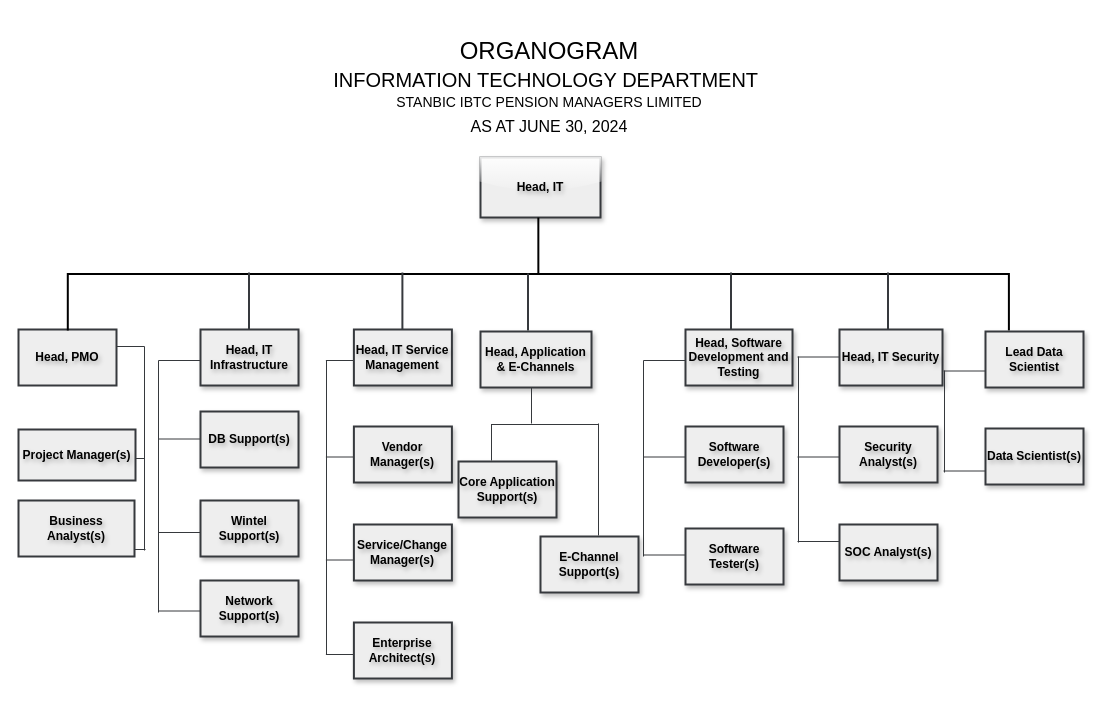
Before: page "Page-1" (1 of 2) of organogram.drawio in Great-B/standard-arch-diagrams, a draw.io diagram. Source tidied: cells renumbered, new cells numbered last; positions are measured from the earlier drawing's top-left corner, leaving out a move shared by most shapes. Both pictures are drawn from the tidied source at 100%, with x=0, y=0 at pixel (18, -197).
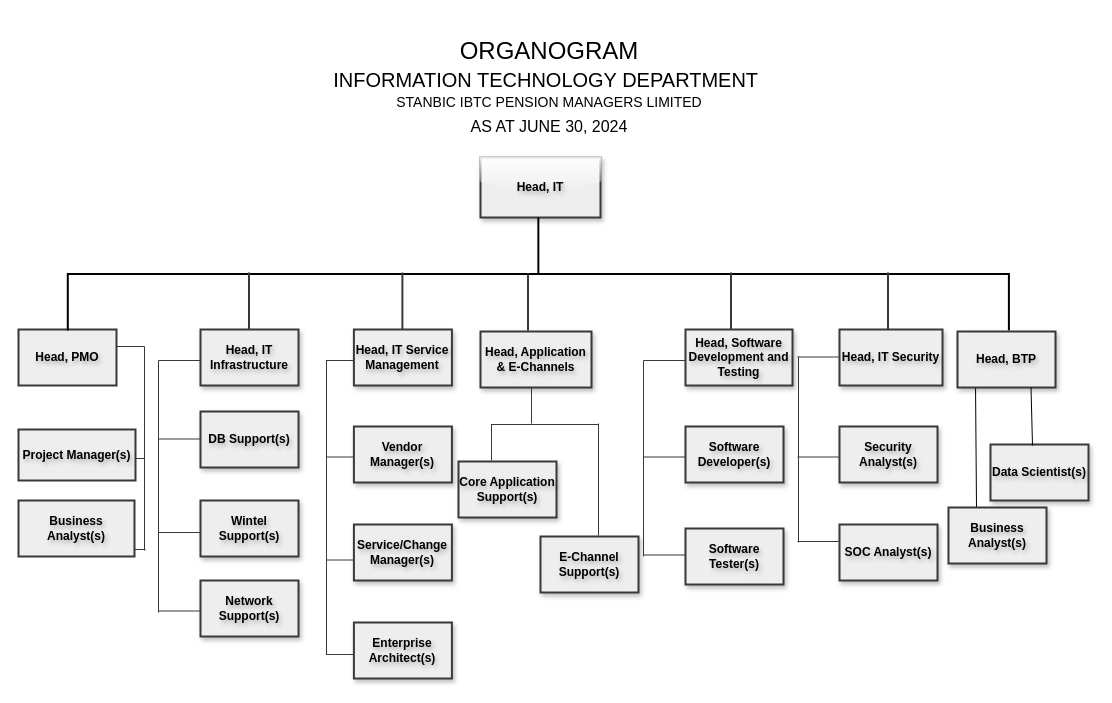
The same diagram, later.

What changed in the source:
```diff
@@
+    <mxCell id="61" style="endArrow=none;html=1;rounded=0;entryX=0.184;entryY=0.946;entryDx=0;entryDy=0;entryPerimeter=0;" parent="1" edge="1" target="48">
+      <mxGeometry relative="1" as="geometry">
+        <mxPoint x="958" y="704" as="sourcePoint" />
+      </mxGeometry>
+    </mxCell>
@@
+    <mxCell id="49" value="&lt;b&gt;Business Analyst(s)&lt;/b&gt;" style="rounded=0;whiteSpace=wrap;html=1;strokeWidth=2;perimeterSpacing=0;glass=0;shadow=1;fontStyle=0;textShadow=1;fillColor=#eeeeee;strokeColor=#36393d;" parent="1" vertex="1">
+      <mxGeometry x="930" y="704" width="98" height="56" as="geometry" />
+    </mxCell>
+    <mxCell id="53" style="endArrow=none;html=1;rounded=0;strokeWidth=2;fillColor=#eeeeee;strokeColor=#36393d;" parent="1" edge="1">
+      <mxGeometry relative="1" as="geometry">
+        <mxPoint x="869.5" y="526" as="sourcePoint" />
+        <mxPoint x="869.5" y="469" as="targetPoint" />
+      </mxGeometry>
+    </mxCell>
-    <mxCell id="48" value="&lt;b&gt;Lead Data Scientist&lt;/b&gt;" style="rounded=0;whiteSpace=wrap;html=1;strokeWidth=2;perimeterSpacing=0;glass=0;shadow=1;fontStyle=0;textShadow=1;fillColor=#eeeeee;strokeColor=#36393d;align=center;" parent="1" vertex="1">
-      <mxGeometry x="967" y="528" width="98" height="56" as="geometry" />
+    <mxCell id="48" value="&lt;b&gt;Head, BTP&lt;/b&gt;" style="rounded=0;whiteSpace=wrap;html=1;strokeWidth=2;perimeterSpacing=0;glass=0;shadow=1;fontStyle=0;textShadow=1;fillColor=#eeeeee;strokeColor=#36393d;align=center;" parent="1" vertex="1">
+      <mxGeometry x="939" y="528" width="98" height="56" as="geometry" />
     </mxCell>
-    <mxCell id="49" value="&lt;b&gt;Data Scientist(s)&lt;/b&gt;" style="rounded=0;whiteSpace=wrap;html=1;strokeWidth=2;perimeterSpacing=0;glass=0;shadow=1;fontStyle=0;textShadow=1;fillColor=#eeeeee;strokeColor=#36393d;" parent="1" vertex="1">
-      <mxGeometry x="967" y="625" width="98" height="56" as="geometry" />
-    </mxCell>
-    <mxCell id="50" style="endArrow=none;html=1;rounded=0;fillColor=#eeeeee;strokeColor=#36393d;" parent="1" edge="1">
-      <mxGeometry relative="1" as="geometry">
-        <mxPoint x="926" y="669" as="sourcePoint" />
-        <mxPoint x="926" y="567" as="targetPoint" />
-      </mxGeometry>
-    </mxCell>
-    <mxCell id="51" style="endArrow=none;html=1;rounded=0;fillColor=#eeeeee;strokeColor=#36393d;" parent="1" edge="1">
-      <mxGeometry relative="1" as="geometry">
-        <mxPoint x="925" y="567.5" as="sourcePoint" />
-        <mxPoint x="967" y="567.5" as="targetPoint" />
-      </mxGeometry>
-    </mxCell>
-    <mxCell id="52" style="endArrow=none;html=1;rounded=0;fillColor=#eeeeee;strokeColor=#36393d;" parent="1" edge="1">
-      <mxGeometry relative="1" as="geometry">
-        <mxPoint x="925" y="667.5" as="sourcePoint" />
-        <mxPoint x="967" y="667.5" as="targetPoint" />
-      </mxGeometry>
-    </mxCell>
-    <mxCell id="53" style="endArrow=none;html=1;rounded=0;strokeWidth=2;fillColor=#eeeeee;strokeColor=#36393d;" parent="1" edge="1">
-      <mxGeometry relative="1" as="geometry">
-        <mxPoint x="869.5" y="526" as="sourcePoint" />
-        <mxPoint x="869.5" y="469" as="targetPoint" />
-      </mxGeometry>
-    </mxCell>
@@
+    <mxCell id="62" value="&lt;b&gt;Data Scientist(s)&lt;/b&gt;" style="rounded=0;whiteSpace=wrap;html=1;strokeWidth=2;perimeterSpacing=0;glass=0;shadow=1;fontStyle=0;textShadow=1;fillColor=#eeeeee;strokeColor=#36393d;align=center;" parent="1" vertex="1">
+      <mxGeometry x="972" y="641" width="98" height="56" as="geometry" />
+    </mxCell>
+    <mxCell id="63" style="endArrow=none;html=1;rounded=0;entryX=0.75;entryY=1;entryDx=0;entryDy=0;" parent="1" edge="1" target="48">
+      <mxGeometry relative="1" as="geometry">
+        <mxPoint x="1014" y="642" as="sourcePoint" />
+      </mxGeometry>
+    </mxCell>
```
